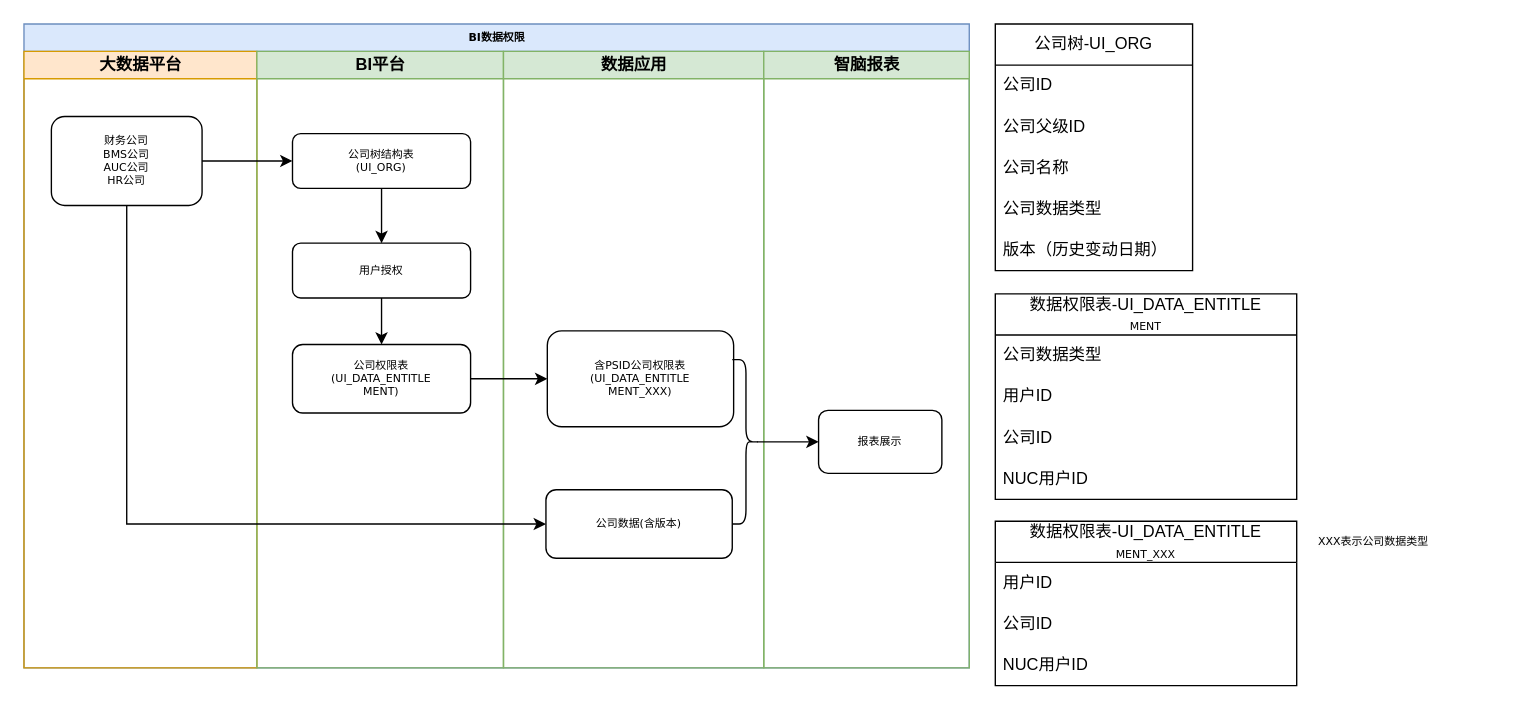
Earlier version of the draw.io diagram BI权限.drawio (xupu1007/xupu1007). Source tidied: cells renumbered, new cells numbered last; positions are measured from the earlier drawing's top-left corner, leaving out a move shared by most shapes. Both pictures are drawn from the tidied source at 137%, with x=0, y=0 at pixel (23, 23).
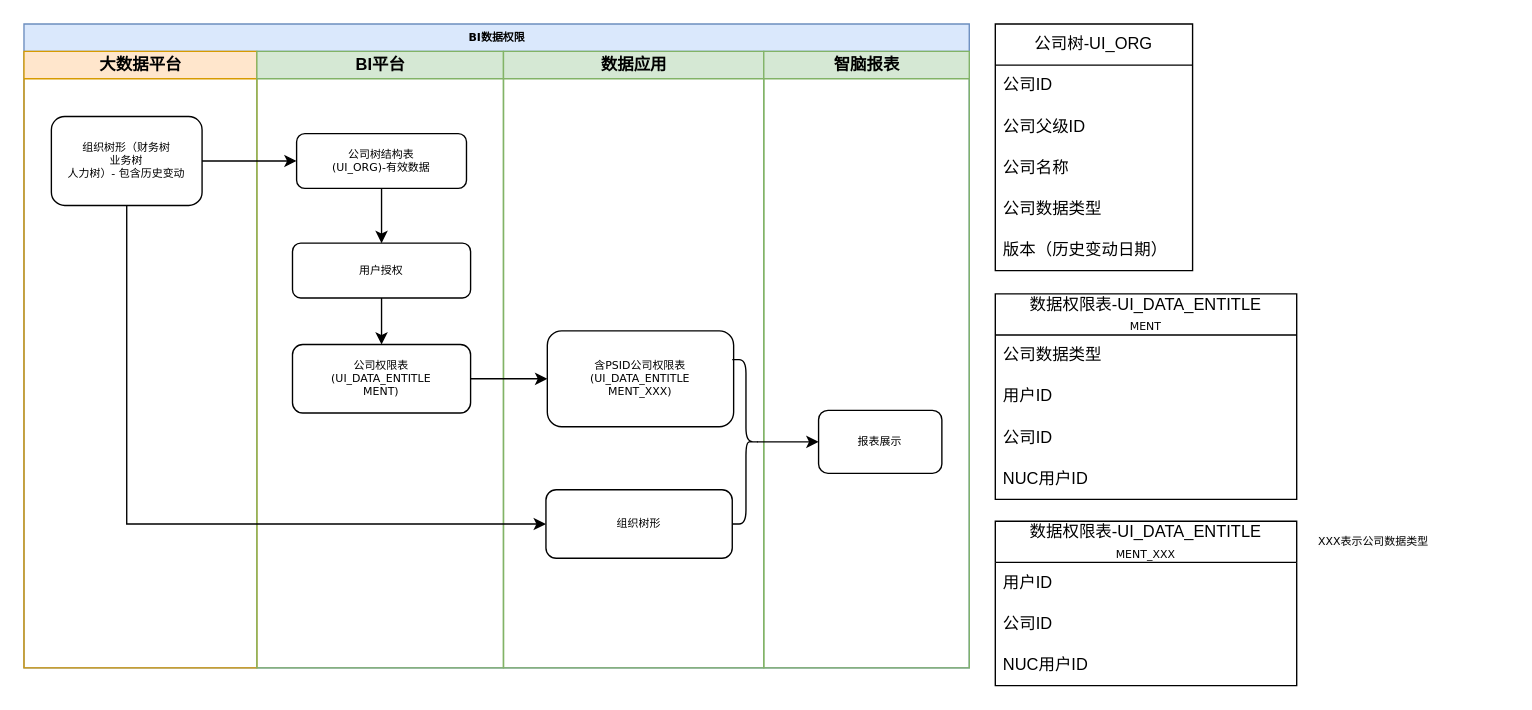
The same page after the edit.

Unchanged cells that the change refers to:
```xml
<mxCell id="3" value="大数据平台" style="swimlane;html=1;startSize=20;fillColor=#ffe6cc;strokeColor=#d79b00;" parent="2" vertex="1">
  <mxGeometry y="20" width="170" height="450" as="geometry" />
</mxCell>
<mxCell id="5" value="BI平台" style="swimlane;html=1;startSize=20;fillColor=#d5e8d4;strokeColor=#82b366;" parent="2" vertex="1">
  <mxGeometry x="170" y="20" width="180" height="450" as="geometry" />
</mxCell>
<mxCell id="9" value="数据应用" style="swimlane;html=1;startSize=20;fillColor=#d5e8d4;strokeColor=#82b366;" parent="2" vertex="1">
  <mxGeometry x="350" y="20" width="190" height="450" as="geometry" />
</mxCell>
```

Diff of the diagram source:
```diff
@@
-    <mxCell id="4" value="财务公司&lt;br&gt;BMS公司&lt;br&gt;AUC公司&lt;br&gt;HR公司" style="rounded=1;whiteSpace=wrap;html=1;shadow=0;labelBackgroundColor=none;strokeWidth=1;fontFamily=Verdana;fontSize=8;align=center;" parent="3" vertex="1">
+    <mxCell id="4" value="组织树形（财务树&lt;br&gt;业务树&lt;br&gt;人力树）- 包含历史变动" style="rounded=1;whiteSpace=wrap;html=1;shadow=0;labelBackgroundColor=none;strokeWidth=1;fontFamily=Verdana;fontSize=8;align=center;" parent="3" vertex="1">
       <mxGeometry x="20" y="47.5" width="110" height="65" as="geometry" />
     </mxCell>
@@
-    <mxCell id="7" value="公司树结构表&lt;br&gt;(UI_ORG)" style="rounded=1;whiteSpace=wrap;html=1;shadow=0;labelBackgroundColor=none;strokeWidth=1;fontFamily=Verdana;fontSize=8;align=center;" parent="5" vertex="1">
-      <mxGeometry x="26" y="60" width="130" height="40" as="geometry" />
+    <mxCell id="7" value="公司树结构表&lt;br&gt;(UI_ORG)-有效数据" style="rounded=1;whiteSpace=wrap;html=1;shadow=0;labelBackgroundColor=none;strokeWidth=1;fontFamily=Verdana;fontSize=8;align=center;" parent="5" vertex="1">
+      <mxGeometry x="29" y="60" width="124" height="40" as="geometry" />
     </mxCell>
@@
-    <mxCell id="11" value="公司数据(含版本)" style="rounded=1;whiteSpace=wrap;html=1;shadow=0;labelBackgroundColor=none;strokeWidth=1;fontFamily=Verdana;fontSize=8;align=center;" parent="9" vertex="1">
+    <mxCell id="11" value="组织树形" style="rounded=1;whiteSpace=wrap;html=1;shadow=0;labelBackgroundColor=none;strokeWidth=1;fontFamily=Verdana;fontSize=8;align=center;" parent="9" vertex="1">
       <mxGeometry x="31" y="320" width="136" height="50" as="geometry" />
     </mxCell>
```
